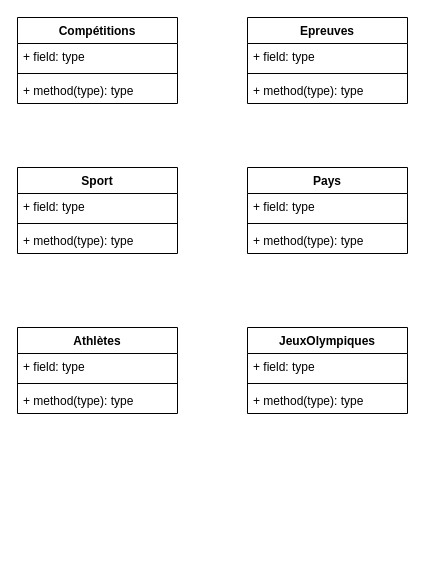
Before: Diagramme sans nom.drawio in alexisnisol/JeuxOlympiques, a draw.io diagram. Source tidied: cells renumbered, new cells numbered last; positions are measured from the earlier drawing's top-left corner, leaving out a move shared by most shapes. Both pictures are drawn from the tidied source at 100%, with x=0, y=0 at pixel (17, 17).
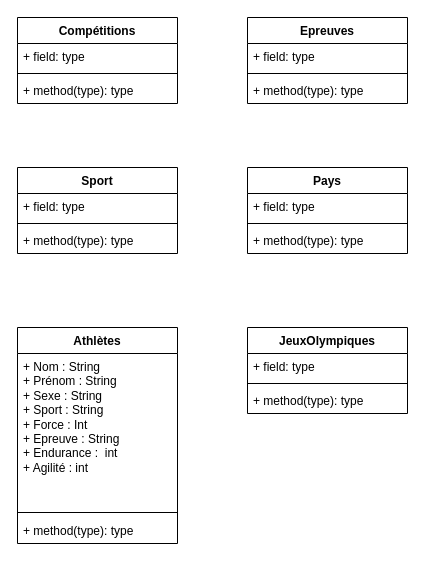
The same page after the edit.

Commit message (it also covers changes not shown here):
Mettre à jour Diagramme sans nom.drawio

Change to the diagram source:
```diff
@@
     <mxCell id="10" value="Athlètes" style="swimlane;fontStyle=1;align=center;verticalAlign=top;horizontal=1;startSize=26;whiteSpace=wrap;html=1;" parent="1" vertex="1">
-      <mxGeometry y="310" width="160" height="86" as="geometry" />
+      <mxGeometry y="310" width="160" height="216" as="geometry" />
     </mxCell>
-    <mxCell id="11" value="+ field: type" style="text;strokeColor=none;fillColor=none;align=left;verticalAlign=top;spacingLeft=4;spacingRight=4;overflow=hidden;whiteSpace=wrap;html=1;" parent="10" vertex="1">
-      <mxGeometry y="26" width="160" height="26" as="geometry" />
+    <mxCell id="11" value="+ Nom : String&lt;div&gt;+ Prénom : String&lt;br&gt;+ Sexe : String&lt;br&gt;+ Sport : String&lt;/div&gt;&lt;div&gt;+ Force : Int&lt;/div&gt;&lt;div&gt;+ Epreuve : String&lt;br&gt;&lt;/div&gt;&lt;div&gt;+ Endurance :&amp;nbsp; int &lt;br&gt;&lt;/div&gt;&lt;div&gt;+ Agilité : int&lt;/div&gt;&lt;div&gt;&lt;br&gt;&lt;/div&gt;" style="text;strokeColor=none;fillColor=none;align=left;verticalAlign=top;spacingLeft=4;spacingRight=4;overflow=hidden;whiteSpace=wrap;html=1;" parent="10" vertex="1">
+      <mxGeometry y="26" width="160" height="154" as="geometry" />
     </mxCell>
     <mxCell id="12" style="line;strokeWidth=1;fillColor=none;align=left;verticalAlign=middle;spacingTop=-1;spacingLeft=3;spacingRight=3;labelPosition=right;strokeColor=inherit;" parent="10" vertex="1">
-      <mxGeometry y="52" width="160" height="8" as="geometry" />
+      <mxGeometry y="180" width="160" height="10" as="geometry" />
     </mxCell>
     <mxCell id="13" value="+ method(type): type" style="text;strokeColor=none;fillColor=none;align=left;verticalAlign=top;spacingLeft=4;spacingRight=4;overflow=hidden;whiteSpace=wrap;html=1;" parent="10" vertex="1">
-      <mxGeometry y="60" width="160" height="26" as="geometry" />
+      <mxGeometry y="190" width="160" height="26" as="geometry" />
     </mxCell>
```
